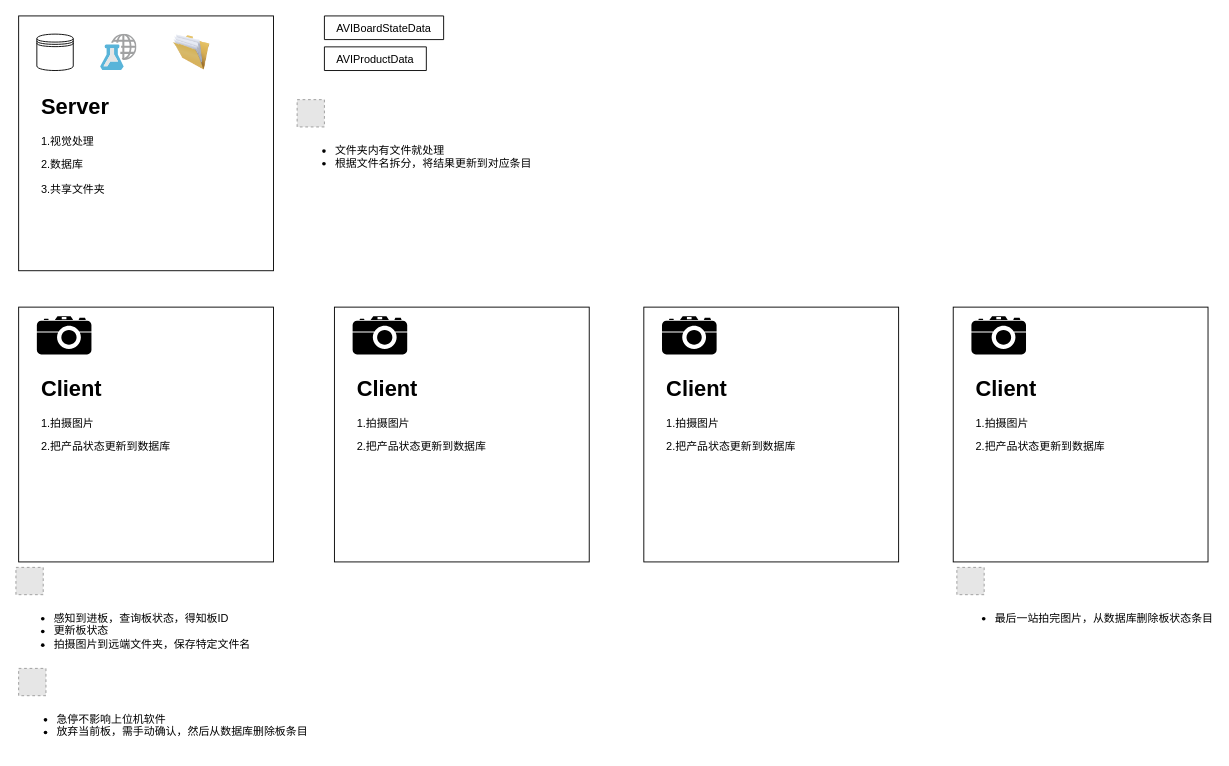
Earlier version of the draw.io diagram AVIDesignMap.drawio (LeaderXinjianSun/Drawio). Source tidied: cells renumbered, new cells numbered last; positions are measured from the earlier drawing's top-left corner, leaving out a move shared by most shapes. Both pictures are drawn from the tidied source at 91%, with x=0, y=0 at pixel (15, 15). Pictures stored in the file or linked from it are replaced by grey dashed boxes.
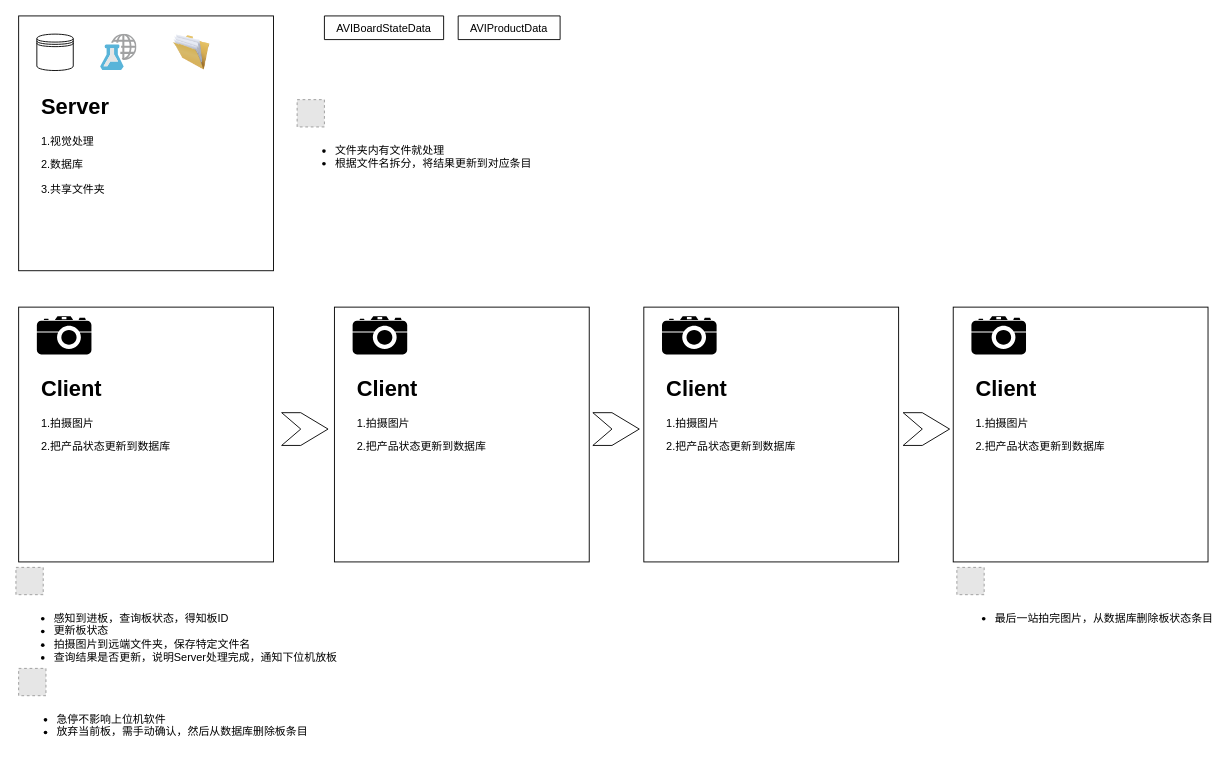
The same page after the edit.

Change to the diagram source:
```diff
@@
-    <mxCell id="11" value="AVIProductData" style="swimlane;fontStyle=0;horizontal=1;startSize=26;fillColor=none;" parent="1" vertex="1" collapsed="1">
-      <mxGeometry x="339" y="34" width="112" height="26" as="geometry" />
-    </mxCell>
@@
-    <mxCell id="22" value="&lt;ul&gt;&lt;li&gt;感知到进板，查询板状态，得知板ID&lt;/li&gt;&lt;li&gt;更新板状态&lt;/li&gt;&lt;li&gt;拍摄图片到远端文件夹，保存特定文件名&lt;/li&gt;&lt;/ul&gt;" style="fillColor=#E6E6E6;strokeColor=#999999;dashed=1;html=1;verticalAlign=top;verticalLabelPosition=bottom;labelBackgroundColor=#ffffff;align=left;" parent="1" vertex="1">
+    <mxCell id="22" value="&lt;ul&gt;&lt;li&gt;感知到进板，查询板状态，得知板ID&lt;/li&gt;&lt;li&gt;更新板状态&lt;/li&gt;&lt;li&gt;拍摄图片到远端文件夹，保存特定文件名&lt;/li&gt;&lt;li&gt;查询结果是否更新，说明Server处理完成，通知下位机放板&lt;/li&gt;&lt;/ul&gt;" style="fillColor=#E6E6E6;strokeColor=#999999;dashed=1;html=1;verticalAlign=top;verticalLabelPosition=bottom;labelBackgroundColor=#ffffff;align=left;" parent="1" vertex="1">
       <mxGeometry y="606" width="30" height="30" as="geometry" />
     </mxCell>
@@
+    <mxCell id="11" value="AVIProductData" style="swimlane;fontStyle=0;horizontal=1;startSize=26;fillColor=none;" parent="1" vertex="1" collapsed="1">
+      <mxGeometry x="486" width="112" height="26" as="geometry" />
+    </mxCell>
+    <mxCell id="25" style="html=1;shadow=0;dashed=0;align=center;verticalAlign=middle;shape=mxgraph.arrows2.arrow;dy=0;dx=30;notch=21;" parent="1" vertex="1">
+      <mxGeometry x="292" y="436" width="51" height="36" as="geometry" />
+    </mxCell>
+    <mxCell id="26" style="html=1;shadow=0;dashed=0;align=center;verticalAlign=middle;shape=mxgraph.arrows2.arrow;dy=0;dx=30;notch=21;" parent="1" vertex="1">
+      <mxGeometry x="634" y="436" width="51" height="36" as="geometry" />
+    </mxCell>
+    <mxCell id="27" style="html=1;shadow=0;dashed=0;align=center;verticalAlign=middle;shape=mxgraph.arrows2.arrow;dy=0;dx=30;notch=21;" parent="1" vertex="1">
+      <mxGeometry x="975" y="436" width="51" height="36" as="geometry" />
+    </mxCell>
```
